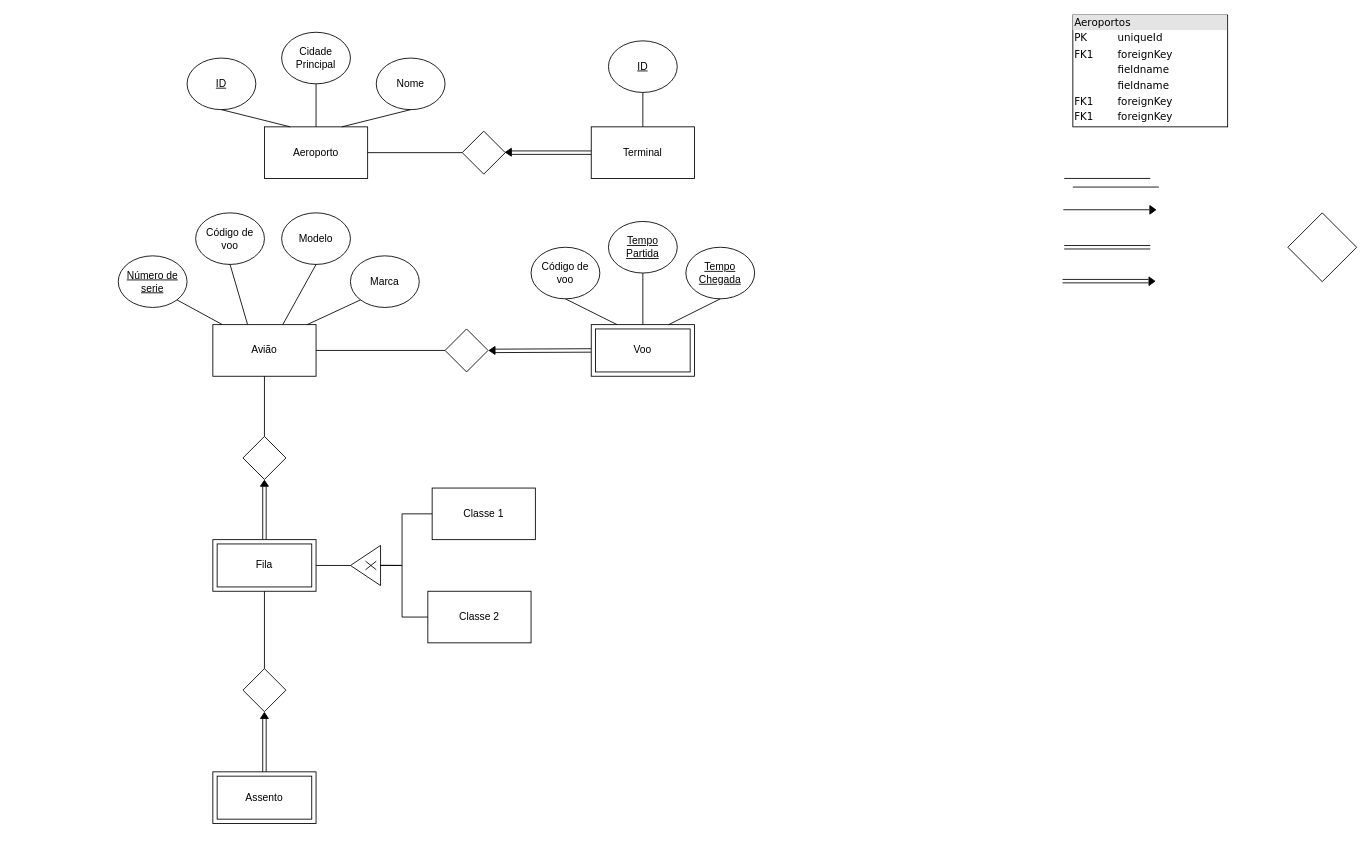
Above: Projeto_BD.drawio in Samuel-k276/BD-2025 (draw.io), before the change. Source tidied: cells renumbered, new cells numbered last; positions are measured from the earlier drawing's top-left corner, leaving out a move shared by most shapes. Both pictures are drawn from the tidied source at 86%, with x=0, y=0 at pixel (118, 15).
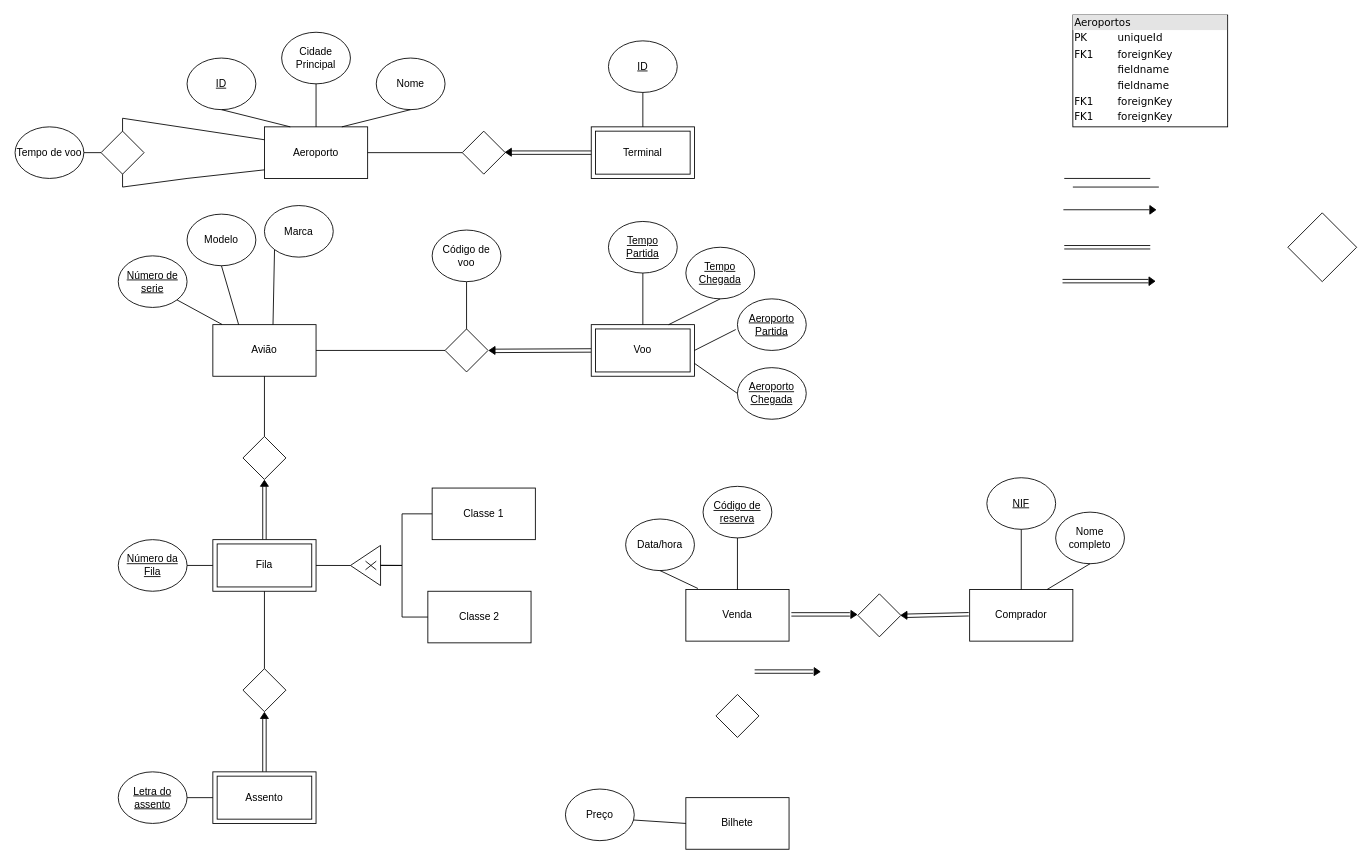
Above is the later version.

Unchanged cells that the change refers to:
```xml
<mxCell id="13" value="Aeroporto" style="rounded=0;whiteSpace=wrap;html=1;" parent="1" vertex="1">
  <mxGeometry x="170" y="130" width="120" height="60" as="geometry" />
</mxCell>
<mxCell id="28" value="Avião" style="rounded=0;whiteSpace=wrap;html=1;" parent="1" vertex="1">
  <mxGeometry x="110" y="360" width="120" height="60" as="geometry" />
</mxCell>
<mxCell id="43" style="rounded=0;whiteSpace=wrap;html=1;" parent="42" vertex="1">
  <mxGeometry width="120" height="60" as="geometry" />
</mxCell>
<mxCell id="61" style="rhombus;whiteSpace=wrap;html=1;strokeColor=default;align=center;verticalAlign=top;fontFamily=Helvetica;fontSize=12;fontColor=default;fillColor=#FFFFFF;" parent="1" vertex="1">
  <mxGeometry x="380" y="365" width="50" height="50" as="geometry" />
</mxCell>
<mxCell id="67" style="rounded=0;whiteSpace=wrap;html=1;" parent="66" vertex="1">
  <mxGeometry width="120" height="60" as="geometry" />
</mxCell>
```

Diff of the diagram source:
```diff
@@
-    <mxCell id="22" value="Terminal" style="rounded=0;whiteSpace=wrap;html=1;" parent="1" vertex="1">
+    <mxCell id="22" style="rounded=0;whiteSpace=wrap;html=1;" parent="1" vertex="1">
       <mxGeometry x="550" y="130" width="120" height="60" as="geometry" />
     </mxCell>
@@
-    <mxCell id="29" value="Código de&lt;div&gt;voo&lt;/div&gt;" style="ellipse;whiteSpace=wrap;html=1;" parent="1" vertex="1">
-      <mxGeometry x="90" y="230" width="80" height="60" as="geometry" />
-    </mxCell>
     <mxCell id="30" value="Modelo" style="ellipse;whiteSpace=wrap;html=1;" parent="1" vertex="1">
-      <mxGeometry x="190" y="230" width="80" height="60" as="geometry" />
+      <mxGeometry x="80" y="231.5" width="80" height="60" as="geometry" />
     </mxCell>
     <mxCell id="31" value="Marca" style="ellipse;whiteSpace=wrap;html=1;" parent="1" vertex="1">
-      <mxGeometry x="270" y="280" width="80" height="60" as="geometry" />
+      <mxGeometry x="170" y="221.5" width="80" height="60" as="geometry" />
     </mxCell>
@@
-    <mxCell id="33" style="endArrow=none;html=1;rounded=0;entryX=0.336;entryY=-0.006;entryDx=0;entryDy=0;exitX=0.5;exitY=1;exitDx=0;exitDy=0;entryPerimeter=0;" parent="1" edge="1" source="29" target="28">
+    <mxCell id="33" style="endArrow=none;html=1;rounded=0;entryX=0.5;entryY=0;entryDx=0;entryDy=0;exitX=0.5;exitY=1;exitDx=0;exitDy=0;" parent="1" edge="1" source="89" target="61">
       <mxGeometry relative="1" as="geometry" />
     </mxCell>
-    <mxCell id="34" style="endArrow=none;html=1;rounded=0;entryX=0.679;entryY=-0.006;entryDx=0;entryDy=0;exitX=0.5;exitY=1;exitDx=0;exitDy=0;entryPerimeter=0;" parent="1" edge="1" source="30" target="28">
+    <mxCell id="34" style="endArrow=none;html=1;rounded=0;entryX=0.25;entryY=0;entryDx=0;entryDy=0;exitX=0.5;exitY=1;exitDx=0;exitDy=0;" parent="1" edge="1" source="30" target="28">
       <mxGeometry relative="1" as="geometry" />
     </mxCell>
-    <mxCell id="35" style="endArrow=none;html=1;rounded=0;entryX=0.916;entryY=-0.002;entryDx=0;entryDy=0;exitX=0;exitY=1;exitDx=0;exitDy=0;entryPerimeter=0;" parent="1" edge="1" source="31" target="28">
+    <mxCell id="35" style="endArrow=none;html=1;rounded=0;entryX=0.583;entryY=0;entryDx=0;entryDy=0;exitX=0;exitY=1;exitDx=0;exitDy=0;entryPerimeter=0;" parent="1" edge="1" source="31" target="28">
       <mxGeometry relative="1" as="geometry" />
     </mxCell>
@@
-    <mxCell id="71" value="Código de&lt;div&gt;voo&lt;/div&gt;" style="ellipse;whiteSpace=wrap;html=1;" parent="1" vertex="1">
-      <mxGeometry x="480" y="270" width="80" height="60" as="geometry" />
-    </mxCell>
@@
-    <mxCell id="74" style="endArrow=none;html=1;rounded=0;entryX=0.5;entryY=1;entryDx=0;entryDy=0;exitX=0.25;exitY=0;exitDx=0;exitDy=0;" parent="1" edge="1" source="67" target="71">
-      <mxGeometry relative="1" as="geometry" />
-    </mxCell>
+    <mxCell id="75" value="&lt;u&gt;Número da Fila&lt;/u&gt;" style="ellipse;whiteSpace=wrap;html=1;" parent="1" vertex="1">
+      <mxGeometry y="610" width="80" height="60" as="geometry" />
+    </mxCell>
+    <mxCell id="76" style="endArrow=none;html=1;rounded=0;exitX=1;exitY=0.5;exitDx=0;exitDy=0;entryX=0;entryY=0.5;entryDx=0;entryDy=0;" parent="1" edge="1" source="75" target="43">
+      <mxGeometry relative="1" as="geometry" />
+    </mxCell>
+    <mxCell id="77" value="&lt;u&gt;Letra do assento&lt;/u&gt;" style="ellipse;whiteSpace=wrap;html=1;" parent="1" vertex="1">
+      <mxGeometry y="880" width="80" height="60" as="geometry" />
+    </mxCell>
+    <mxCell id="78" style="endArrow=none;html=1;rounded=0;exitX=1;exitY=0.5;exitDx=0;exitDy=0;entryX=0;entryY=0.5;entryDx=0;entryDy=0;" parent="1" edge="1" source="77">
+      <mxGeometry relative="1" as="geometry">
+        <mxPoint x="110" y="910" as="targetPoint" />
+      </mxGeometry>
+    </mxCell>
+    <mxCell id="79" value="&lt;u&gt;Aeroporto Chegada&lt;/u&gt;" style="ellipse;whiteSpace=wrap;html=1;" parent="1" vertex="1">
+      <mxGeometry x="720" y="410" width="80" height="60" as="geometry" />
+    </mxCell>
+    <mxCell id="80" value="&lt;u&gt;Aeroporto Partida&lt;/u&gt;" style="ellipse;whiteSpace=wrap;html=1;" parent="1" vertex="1">
+      <mxGeometry x="720" y="330" width="80" height="60" as="geometry" />
+    </mxCell>
+    <mxCell id="81" style="endArrow=none;html=1;rounded=0;entryX=0;entryY=0.5;entryDx=0;entryDy=0;exitX=1;exitY=0.75;exitDx=0;exitDy=0;" parent="1" edge="1" source="67" target="79">
+      <mxGeometry relative="1" as="geometry" />
+    </mxCell>
+    <mxCell id="82" style="endArrow=none;html=1;rounded=0;entryX=-0.025;entryY=0.595;entryDx=0;entryDy=0;exitX=1;exitY=0.5;exitDx=0;exitDy=0;entryPerimeter=0;" parent="1" edge="1" source="67" target="80">
+      <mxGeometry relative="1" as="geometry" />
+    </mxCell>
+    <mxCell id="83" style="rhombus;whiteSpace=wrap;html=1;strokeColor=default;align=center;verticalAlign=top;fontFamily=Helvetica;fontSize=12;fontColor=default;fillColor=#FFFFFF;" parent="1" vertex="1">
+      <mxGeometry x="-20" y="135" width="50" height="50" as="geometry" />
+    </mxCell>
+    <mxCell id="84" style="endArrow=none;html=1;rounded=0;exitX=0.5;exitY=1;exitDx=0;exitDy=0;" parent="1" edge="1" source="83">
+      <mxGeometry relative="1" as="geometry">
+        <mxPoint x="170" y="180" as="targetPoint" />
+        <Array as="points">
+          <mxPoint x="5" y="200" />
+          <mxPoint x="80" y="190" />
+        </Array>
+      </mxGeometry>
+    </mxCell>
+    <mxCell id="85" style="endArrow=none;html=1;rounded=0;exitX=0.5;exitY=0;exitDx=0;exitDy=0;entryX=0;entryY=0.25;entryDx=0;entryDy=0;" parent="1" edge="1" source="83" target="13">
+      <mxGeometry relative="1" as="geometry">
+        <Array as="points">
+          <mxPoint x="5" y="120" />
+        </Array>
+      </mxGeometry>
+    </mxCell>
+    <mxCell id="86" style="endArrow=none;html=1;rounded=0;entryX=0;entryY=0.5;entryDx=0;entryDy=0;" parent="1" edge="1" target="83">
+      <mxGeometry relative="1" as="geometry">
+        <mxPoint x="-40" y="160" as="sourcePoint" />
+      </mxGeometry>
+    </mxCell>
+    <mxCell id="87" value="Tempo de voo" style="ellipse;whiteSpace=wrap;html=1;" parent="1" vertex="1">
+      <mxGeometry x="-120" y="130" width="80" height="60" as="geometry" />
+    </mxCell>
+    <mxCell id="88" value="Terminal" style="rounded=0;whiteSpace=wrap;html=1;" parent="1" vertex="1">
+      <mxGeometry x="555" y="135" width="110" height="50" as="geometry" />
+    </mxCell>
+    <mxCell id="89" value="Código de&lt;div&gt;voo&lt;/div&gt;" style="ellipse;whiteSpace=wrap;html=1;" parent="1" vertex="1">
+      <mxGeometry x="365" y="250" width="80" height="60" as="geometry" />
+    </mxCell>
+    <mxCell id="90" style="group;" parent="1" vertex="1">
+      <mxGeometry x="660" y="668" width="120" height="60" as="geometry" />
+    </mxCell>
+    <mxCell id="91" value="Venda" style="rounded=0;whiteSpace=wrap;html=1;" parent="90" vertex="1">
+      <mxGeometry width="120" height="60" as="geometry" />
+    </mxCell>
+    <mxCell id="92" value="&lt;u&gt;Código de reserva&lt;/u&gt;" style="ellipse;whiteSpace=wrap;html=1;" parent="1" vertex="1">
+      <mxGeometry x="680" y="548" width="80" height="60" as="geometry" />
+    </mxCell>
+    <mxCell id="93" value="Data/hora" style="ellipse;whiteSpace=wrap;html=1;" parent="1" vertex="1">
+      <mxGeometry x="590" y="586" width="80" height="60" as="geometry" />
+    </mxCell>
+    <mxCell id="94" style="endArrow=none;html=1;rounded=0;entryX=0.5;entryY=1;entryDx=0;entryDy=0;exitX=0.5;exitY=0;exitDx=0;exitDy=0;" parent="1" edge="1" source="91" target="92">
+      <mxGeometry relative="1" as="geometry" />
+    </mxCell>
+    <mxCell id="95" style="endArrow=none;html=1;rounded=0;entryX=0.5;entryY=1;entryDx=0;entryDy=0;exitX=0.117;exitY=-0.02;exitDx=0;exitDy=0;exitPerimeter=0;" parent="1" edge="1" source="91" target="93">
+      <mxGeometry relative="1" as="geometry" />
+    </mxCell>
+    <mxCell id="96" style="group;" parent="1" vertex="1">
+      <mxGeometry x="990" y="668" width="120" height="60" as="geometry" />
+    </mxCell>
+    <mxCell id="97" value="Comprador" style="rounded=0;whiteSpace=wrap;html=1;" parent="96" vertex="1">
+      <mxGeometry width="120" height="60" as="geometry" />
+    </mxCell>
+    <mxCell id="98" value="&lt;u&gt;NIF&lt;/u&gt;" style="ellipse;whiteSpace=wrap;html=1;" parent="1" vertex="1">
+      <mxGeometry x="1010" y="538" width="80" height="60" as="geometry" />
+    </mxCell>
+    <mxCell id="99" value="Nome completo" style="ellipse;whiteSpace=wrap;html=1;" parent="1" vertex="1">
+      <mxGeometry x="1090" y="578" width="80" height="60" as="geometry" />
+    </mxCell>
+    <mxCell id="100" style="endArrow=none;html=1;rounded=0;entryX=0.5;entryY=1;entryDx=0;entryDy=0;exitX=0.5;exitY=0;exitDx=0;exitDy=0;" parent="1" edge="1" source="97" target="98">
+      <mxGeometry relative="1" as="geometry" />
+    </mxCell>
+    <mxCell id="101" style="endArrow=none;html=1;rounded=0;entryX=0.5;entryY=1;entryDx=0;entryDy=0;exitX=0.75;exitY=0;exitDx=0;exitDy=0;" parent="1" edge="1" source="97" target="99">
+      <mxGeometry relative="1" as="geometry" />
+    </mxCell>
+    <mxCell id="102" style="rhombus;whiteSpace=wrap;html=1;strokeColor=default;align=center;verticalAlign=top;fontFamily=Helvetica;fontSize=12;fontColor=default;fillColor=#FFFFFF;" parent="1" vertex="1">
+      <mxGeometry x="860" y="673" width="50" height="50" as="geometry" />
+    </mxCell>
+    <mxCell id="103" style="group;strokeColor=none;rotation=-180;dashed=1;" parent="1" vertex="1">
+      <mxGeometry x="910" y="693.5" width="100" height="10" as="geometry" />
+    </mxCell>
+    <mxCell id="104" style="endArrow=classic;html=1;rounded=0;shape=link;exitX=0.211;exitY=0.674;exitDx=0;exitDy=0;exitPerimeter=0;" parent="103" edge="1" source="103">
+      <mxGeometry relative="1" as="geometry">
+        <mxPoint x="7" y="5" as="targetPoint" />
+      </mxGeometry>
+    </mxCell>
+    <mxCell id="105" style="verticalLabelPosition=bottom;verticalAlign=top;html=1;shape=mxgraph.basic.acute_triangle;dx=0.5;rotation=-90;fillColor=#000000;" parent="103" vertex="1">
+      <mxGeometry x="-1" y="1" width="9.3" height="7" as="geometry" />
+    </mxCell>
+    <mxCell id="106" style="endArrow=classic;html=1;rounded=0;shape=link;" parent="1" edge="1">
+      <mxGeometry relative="1" as="geometry">
+        <mxPoint x="782.7" y="696.9" as="sourcePoint" />
+        <mxPoint x="850.7" y="696.9" as="targetPoint" />
+      </mxGeometry>
+    </mxCell>
+    <mxCell id="107" style="verticalLabelPosition=bottom;verticalAlign=top;html=1;shape=mxgraph.basic.acute_triangle;dx=0.5;rotation=91;fillColor=#000000;" parent="1" vertex="1">
+      <mxGeometry x="850.7" y="693.5" width="9.3" height="7" as="geometry" />
+    </mxCell>
+    <mxCell id="108" style="group;" parent="1" vertex="1">
+      <mxGeometry x="660" y="910" width="120" height="60" as="geometry" />
+    </mxCell>
+    <mxCell id="109" value="Bilhete" style="rounded=0;whiteSpace=wrap;html=1;" parent="108" vertex="1">
+      <mxGeometry width="120" height="60" as="geometry" />
+    </mxCell>
+    <mxCell id="110" value="Preço" style="ellipse;whiteSpace=wrap;html=1;" parent="1" vertex="1">
+      <mxGeometry x="520" y="900" width="80" height="60" as="geometry" />
+    </mxCell>
+    <mxCell id="111" style="endArrow=none;html=1;rounded=0;entryX=0.984;entryY=0.599;entryDx=0;entryDy=0;exitX=0;exitY=0.5;exitDx=0;exitDy=0;entryPerimeter=0;" parent="1" edge="1">
+      <mxGeometry relative="1" as="geometry">
+        <mxPoint x="660" y="940" as="sourcePoint" />
+        <mxPoint x="599" y="936" as="targetPoint" />
+      </mxGeometry>
+    </mxCell>
+    <mxCell id="112" style="rhombus;whiteSpace=wrap;html=1;strokeColor=default;align=center;verticalAlign=top;fontFamily=Helvetica;fontSize=12;fontColor=default;fillColor=#FFFFFF;" parent="1" vertex="1">
+      <mxGeometry x="695" y="790" width="50" height="50" as="geometry" />
+    </mxCell>
+    <mxCell id="113" style="endArrow=classic;html=1;rounded=0;shape=link;" parent="1" edge="1">
+      <mxGeometry relative="1" as="geometry">
+        <mxPoint x="740" y="763.4" as="sourcePoint" />
+        <mxPoint x="808" y="763.4" as="targetPoint" />
+      </mxGeometry>
+    </mxCell>
+    <mxCell id="114" style="verticalLabelPosition=bottom;verticalAlign=top;html=1;shape=mxgraph.basic.acute_triangle;dx=0.5;rotation=91;fillColor=#000000;direction=east;" parent="1" vertex="1">
+      <mxGeometry x="808" y="760" width="9.3" height="7" as="geometry" />
+    </mxCell>
```
